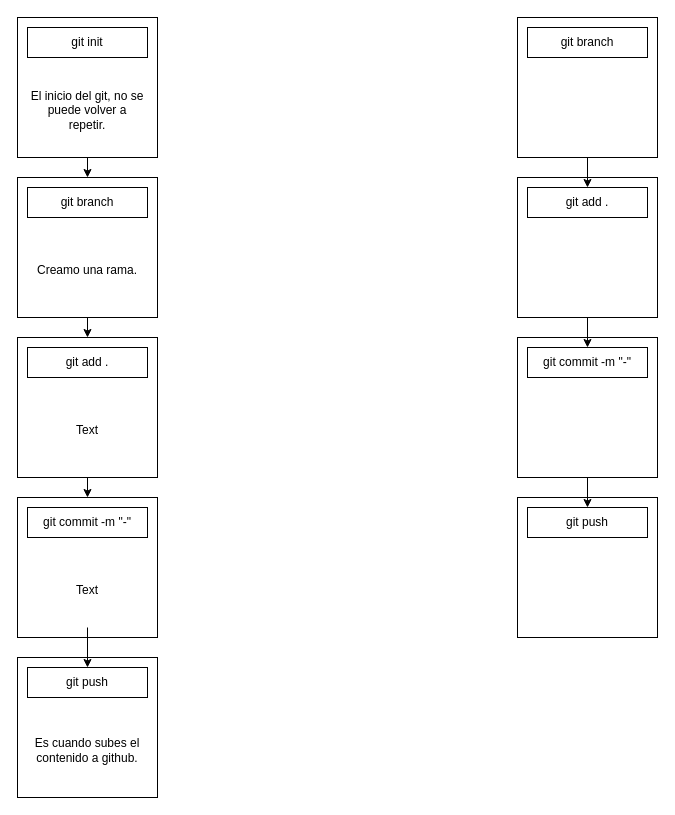
Before: dio/flujo.dio in arevaloramirezmariavictoria1/mi-dojo-final, a draw.io diagram. Source tidied: cells renumbered, new cells numbered last; positions are measured from the earlier drawing's top-left corner, leaving out a move shared by most shapes. Both pictures are drawn from the tidied source at 100%, with x=0, y=0 at pixel (17, 17).
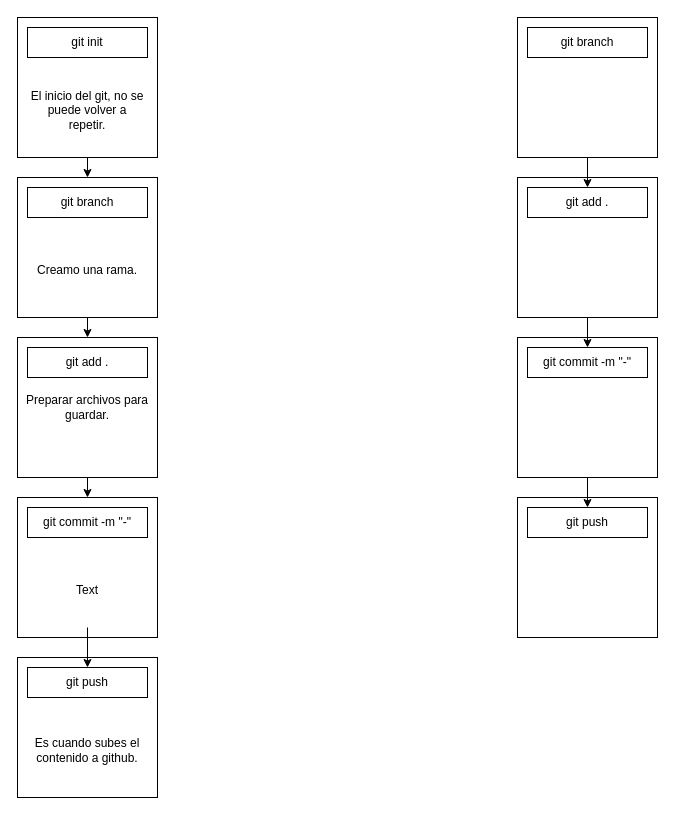
Above is the later version.

The change refers to these unchanged cells:
```xml
<mxCell id="10" style="group;" parent="1" vertex="1">
  <mxGeometry y="320" width="140" height="140" as="geometry" />
</mxCell>
```

Change to the diagram source:
```diff
@@
-    <mxCell id="11" style="whiteSpace=wrap;html=1;" parent="10" vertex="1">
+    <mxCell id="11" value="Preparar archivos para guardar." style="whiteSpace=wrap;html=1;" parent="10" vertex="1">
       <mxGeometry width="140" height="140" as="geometry" />
     </mxCell>
@@
-    <mxCell id="13" value="Text" style="text;html=1;align=center;verticalAlign=middle;whiteSpace=wrap;rounded=0;" parent="10" vertex="1">
-      <mxGeometry x="10" y="55" width="120" height="75" as="geometry" />
-    </mxCell>
```
